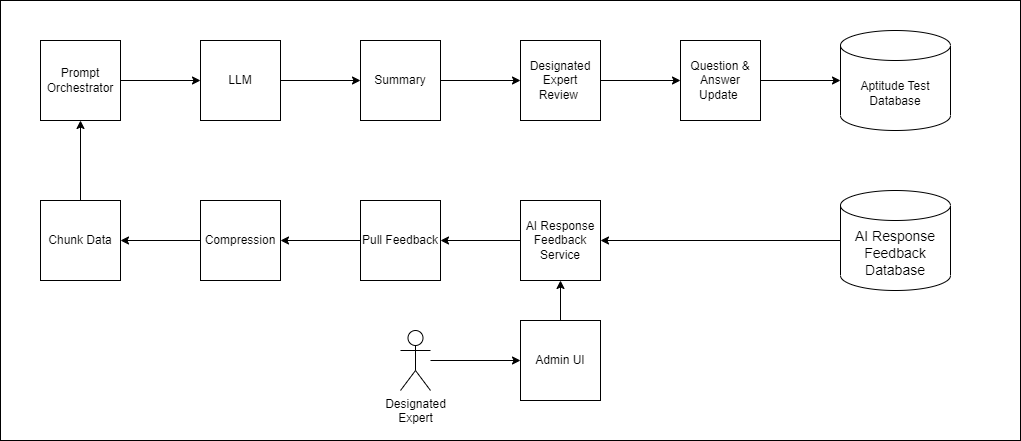
Above: diagrams/admin-expert-ai-refinement.drawio.png in mmat1/skynet-ai-2025 (draw.io), before the change. Source tidied: cells renumbered, new cells last; positions are measured from the earlier drawing's top-left corner, leaving out a move shared by most shapes.
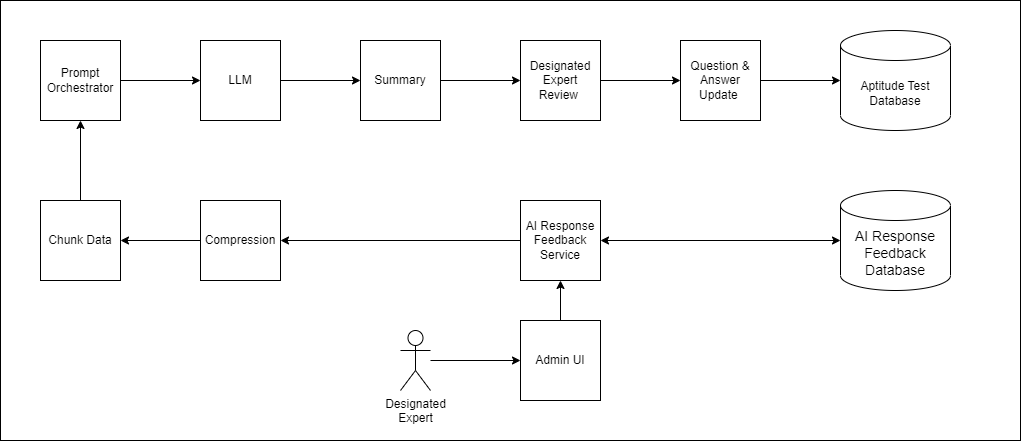
Later version of the same file.

Change to the diagram source:
```diff
@@ -5,7 +5,7 @@
     <mxCell id="2" style="rounded=0;whiteSpace=wrap;html=1;" parent="1" vertex="1">
       <mxGeometry width="1020" height="440" as="geometry" />
     </mxCell>
-    <mxCell id="3" style="edgeStyle=orthogonalEdgeStyle;rounded=0;jettySize=auto;html=1;entryX=1;entryY=0.5;entryDx=0;entryDy=0;" parent="1" edge="1" source="4" target="25">
+    <mxCell id="3" style="edgeStyle=orthogonalEdgeStyle;rounded=0;jettySize=auto;html=1;entryX=1;entryY=0.5;entryDx=0;entryDy=0;startArrow=classic;startFill=1;" parent="1" edge="1" source="4" target="25">
       <mxGeometry relative="1" as="geometry" />
     </mxCell>
     <mxCell id="4" value="&lt;span style=&quot;font-size: 14px;&quot;&gt;AI Response Feedback Database&lt;br&gt;&lt;/span&gt;" style="shape=cylinder3;whiteSpace=wrap;html=1;boundedLbl=1;backgroundOutline=1;size=15;strokeColor=default;align=center;verticalAlign=middle;fontFamily=Helvetica;fontSize=12;fontColor=default;fillColor=default;" parent="1" vertex="1">
@@ -32,12 +32,6 @@
     <mxCell id="11" value="Admin UI" style="whiteSpace=wrap;html=1;" parent="1" vertex="1">
       <mxGeometry x="520" y="320" width="80" height="80" as="geometry" />
     </mxCell>
-    <mxCell id="12" style="edgeStyle=orthogonalEdgeStyle;rounded=0;jettySize=auto;html=1;" parent="1" edge="1" source="13" target="15">
-      <mxGeometry relative="1" as="geometry" />
-    </mxCell>
-    <mxCell id="13" value="Pull Feedback" style="whiteSpace=wrap;html=1;" parent="1" vertex="1">
-      <mxGeometry x="360" y="200" width="80" height="80" as="geometry" />
-    </mxCell>
     <mxCell id="14" style="edgeStyle=orthogonalEdgeStyle;rounded=0;jettySize=auto;html=1;entryX=1;entryY=0.5;entryDx=0;entryDy=0;" parent="1" edge="1" source="15" target="9">
       <mxGeometry relative="1" as="geometry" />
     </mxCell>
@@ -68,7 +62,7 @@
     <mxCell id="23" value="Designated Expert Review&amp;nbsp;" style="whiteSpace=wrap;html=1;" parent="1" vertex="1">
       <mxGeometry x="520" y="40" width="80" height="80" as="geometry" />
     </mxCell>
-    <mxCell id="24" style="edgeStyle=orthogonalEdgeStyle;rounded=0;jettySize=auto;html=1;" parent="1" edge="1" source="25" target="13">
+    <mxCell id="24" style="edgeStyle=orthogonalEdgeStyle;rounded=0;jettySize=auto;html=1;entryX=1;entryY=0.5;entryDx=0;entryDy=0;" parent="1" edge="1" source="25" target="15">
       <mxGeometry relative="1" as="geometry" />
     </mxCell>
     <mxCell id="25" value="AI Response Feedback Service" style="whiteSpace=wrap;html=1;" parent="1" vertex="1">
```
